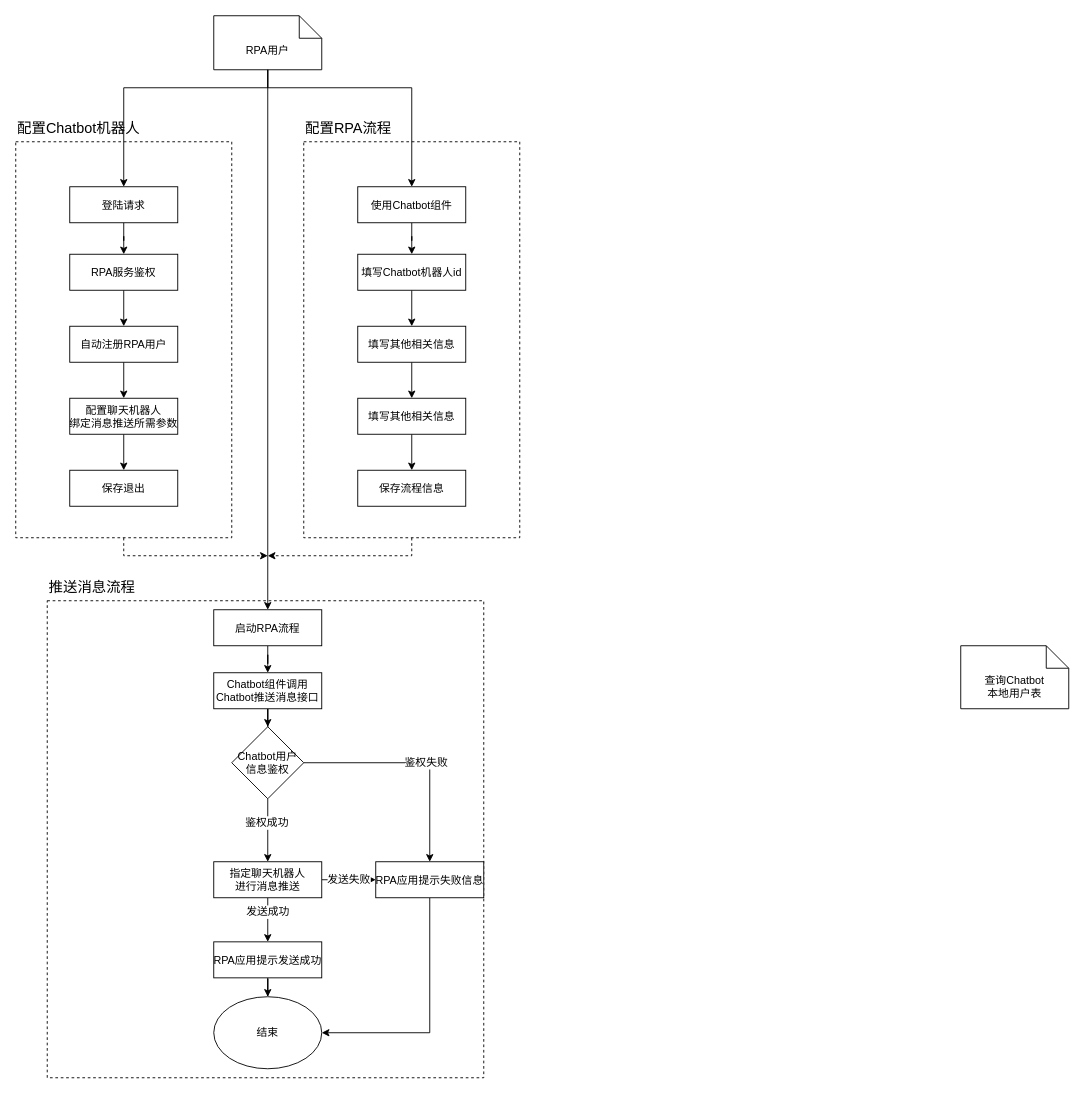
Above: 未命名绘图.drawio in ColonelDarcy2018/excelsior (draw.io), before the change. Source tidied: cells renumbered, new cells numbered last; positions are measured from the earlier drawing's top-left corner, leaving out a move shared by most shapes. Both pictures are drawn from the tidied source at 90%, with x=0, y=0 at pixel (15, 15).
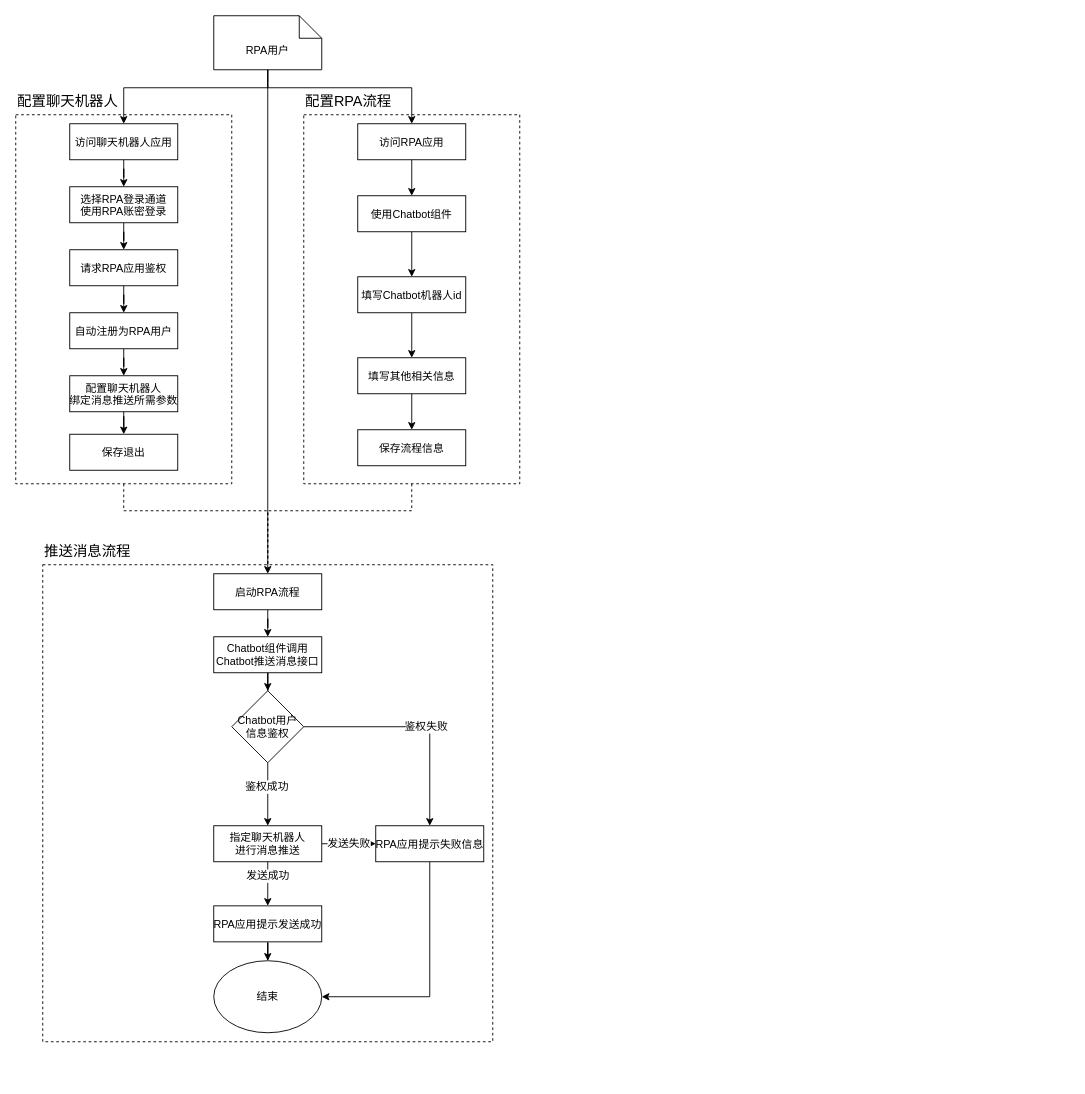
The same diagram, later.

Commit message:
更新未命名绘图.drawio

Unchanged cells that the change refers to:
```xml
<mxCell id="5" value="RPA用户" style="shape=note2;boundedLbl=1;whiteSpace=wrap;html=1;size=25;verticalAlign=top;align=center;" parent="1" vertex="1">
  <mxGeometry x="220" width="120" height="60" as="geometry" />
</mxCell>
```

What changed in the source:
```diff
@@
     <mxCell id="2" style="edgeStyle=orthogonalEdgeStyle;rounded=0;jettySize=auto;html=1;fontFamily=Helvetica;fontSize=12;fontColor=default;dashed=1;" parent="1" edge="1" source="3">
       <mxGeometry relative="1" as="geometry">
-        <mxPoint x="280" y="600" as="targetPoint" />
+        <mxPoint x="280" y="620" as="targetPoint" />
         <Array as="points">
-          <mxPoint x="120" y="600" />
+          <mxPoint x="120" y="550" />
+          <mxPoint x="280" y="550" />
         </Array>
       </mxGeometry>
     </mxCell>
     <mxCell id="3" style="fontStyle=0;dashed=1;" parent="1" vertex="1">
-      <mxGeometry y="140" width="240" height="440" as="geometry" />
+      <mxGeometry y="110" width="240" height="410" as="geometry" />
     </mxCell>
-    <mxCell id="4" style="edgeStyle=orthogonalEdgeStyle;rounded=0;jettySize=auto;html=1;fontSize=12;entryX=0.5;entryY=0;entryDx=0;entryDy=0;" parent="1" edge="1" source="5" target="7">
+    <mxCell id="4" style="edgeStyle=orthogonalEdgeStyle;rounded=0;jettySize=auto;html=1;fontSize=12;entryX=0.5;entryY=0;entryDx=0;entryDy=0;" parent="1" edge="1" source="5" target="53">
       <mxGeometry relative="1" as="geometry">
         <Array as="points">
           <mxPoint x="280" y="80" />
           <mxPoint x="120" y="80" />
         </Array>
       </mxGeometry>
     </mxCell>
@@
-    <mxCell id="7" value="登陆请求" style="fontStyle=0;fontSize=12;" parent="1" vertex="1">
+    <mxCell id="7" value="选择RPA登录通道&#10;使用RPA账密登录" style="fontStyle=0;fontSize=12;" parent="1" vertex="1">
       <mxGeometry x="60" y="190" width="120" height="40" as="geometry" />
     </mxCell>
@@
-    <mxCell id="9" value="RPA服务鉴权" style="fontStyle=0;fontSize=12;" parent="1" vertex="1">
-      <mxGeometry x="60" y="265" width="120" height="40" as="geometry" />
+    <mxCell id="9" value="请求RPA应用鉴权" style="fontStyle=0;fontSize=12;" parent="1" vertex="1">
+      <mxGeometry x="60" y="260" width="120" height="40" as="geometry" />
     </mxCell>
@@
-    <mxCell id="11" value="自动注册RPA用户" style="fontStyle=0;fontSize=12;" parent="1" vertex="1">
-      <mxGeometry x="60" y="345" width="120" height="40" as="geometry" />
+    <mxCell id="11" value="自动注册为RPA用户" style="fontStyle=0;fontSize=12;" parent="1" vertex="1">
+      <mxGeometry x="60" y="330" width="120" height="40" as="geometry" />
     </mxCell>
-    <mxCell id="12" value="配置Chatbot机器人" style="text;html=1;strokeColor=none;fillColor=none;align=left;verticalAlign=middle;whiteSpace=wrap;rounded=0;fontSize=16;" parent="1" vertex="1">
-      <mxGeometry y="110" width="210" height="30" as="geometry" />
+    <mxCell id="12" value="配置聊天机器人" style="text;html=1;strokeColor=none;fillColor=none;align=left;verticalAlign=middle;whiteSpace=wrap;rounded=0;fontSize=16;" parent="1" vertex="1">
+      <mxGeometry y="80" width="210" height="30" as="geometry" />
     </mxCell>
-    <mxCell id="13" style="edgeStyle=orthogonalEdgeStyle;rounded=0;jettySize=auto;html=1;exitX=0.5;exitY=1;exitDx=0;exitDy=0;fontFamily=Helvetica;fontSize=12;fontColor=default;dashed=1;" parent="1" edge="1" source="14">
+    <mxCell id="13" style="edgeStyle=orthogonalEdgeStyle;rounded=0;jettySize=auto;html=1;exitX=0.5;exitY=1;exitDx=0;exitDy=0;fontFamily=Helvetica;fontSize=12;fontColor=default;dashed=1;entryX=0.5;entryY=0;entryDx=0;entryDy=0;" parent="1" edge="1" source="14" target="40">
       <mxGeometry relative="1" as="geometry">
-        <mxPoint x="280" y="600" as="targetPoint" />
         <Array as="points">
-          <mxPoint x="440" y="600" />
-          <mxPoint x="280" y="600" />
+          <mxPoint x="440" y="550" />
+          <mxPoint x="280" y="550" />
         </Array>
       </mxGeometry>
     </mxCell>
     <mxCell id="14" style="fontStyle=0;dashed=1;" parent="1" vertex="1">
-      <mxGeometry x="320" y="140" width="240" height="440" as="geometry" />
+      <mxGeometry x="320" y="110" width="240" height="410" as="geometry" />
     </mxCell>
@@
     <mxCell id="16" value="使用Chatbot组件" style="fontStyle=0;fontSize=12;" parent="1" vertex="1">
-      <mxGeometry x="380" y="190" width="120" height="40" as="geometry" />
+      <mxGeometry x="380" y="200" width="120" height="40" as="geometry" />
     </mxCell>
@@
     <mxCell id="18" value="配置聊天机器人&#10;绑定消息推送所需参数" style="fontStyle=0;fontSize=12;" parent="1" vertex="1">
-      <mxGeometry x="60" y="425" width="120" height="40" as="geometry" />
+      <mxGeometry x="60" y="400" width="120" height="40" as="geometry" />
     </mxCell>
     <mxCell id="19" style="fontStyle=0;dashed=1;" parent="1" vertex="1">
-      <mxGeometry x="35" y="650" width="485" height="530" as="geometry" />
+      <mxGeometry x="30" y="610" width="500" height="530" as="geometry" />
     </mxCell>
@@
     <mxCell id="21" value="Chatbot组件调用&#10;Chatbot推送消息接口" style="fontStyle=0;fontSize=12;" parent="1" vertex="1">
-      <mxGeometry x="220" y="730" width="120" height="40" as="geometry" />
+      <mxGeometry x="220" y="690" width="120" height="40" as="geometry" />
     </mxCell>
     <mxCell id="22" style="edgeStyle=orthogonalEdgeStyle;rounded=0;jettySize=auto;html=1;fontFamily=Helvetica;fontSize=12;fontColor=default;exitX=1;exitY=0.5;exitDx=0;exitDy=0;" parent="1" edge="1" source="49" target="44">
       <mxGeometry relative="1" as="geometry">
         <Array as="points">
-          <mxPoint x="460" y="830" />
+          <mxPoint x="460" y="790" />
         </Array>
       </mxGeometry>
     </mxCell>
@@
     <mxCell id="27" value="指定聊天机器人&#10;进行消息推送" style="fontStyle=0;fontSize=12;" parent="1" vertex="1">
-      <mxGeometry x="220" y="940" width="120" height="40" as="geometry" />
+      <mxGeometry x="220" y="900" width="120" height="40" as="geometry" />
     </mxCell>
     <mxCell id="28" value="推送消息流程" style="text;html=1;strokeColor=none;fillColor=none;align=left;verticalAlign=middle;whiteSpace=wrap;rounded=0;fontSize=16;" parent="1" vertex="1">
-      <mxGeometry x="35" y="620" width="105" height="30" as="geometry" />
+      <mxGeometry x="30" y="580" width="105" height="30" as="geometry" />
     </mxCell>
     <mxCell id="29" value="配置RPA流程" style="text;html=1;strokeColor=none;fillColor=none;align=left;verticalAlign=middle;whiteSpace=wrap;rounded=0;fontSize=16;" parent="1" vertex="1">
-      <mxGeometry x="320" y="110" width="210" height="30" as="geometry" />
+      <mxGeometry x="320" y="80" width="210" height="30" as="geometry" />
     </mxCell>
-    <mxCell id="30" style="edgeStyle=orthogonalEdgeStyle;rounded=0;jettySize=auto;html=1;fontSize=12;" parent="1" edge="1" source="31" target="33">
-      <mxGeometry relative="1" as="geometry" />
-    </mxCell>
+    <mxCell id="51" style="edgeStyle=orthogonalEdgeStyle;rounded=0;jettySize=auto;html=1;fontFamily=Helvetica;fontSize=12;fontColor=default;" parent="1" edge="1" source="31" target="35">
+      <mxGeometry relative="1" as="geometry" />
+    </mxCell>
     <mxCell id="31" value="填写Chatbot机器人id" style="fontStyle=0;fontSize=12;" parent="1" vertex="1">
-      <mxGeometry x="380" y="265" width="120" height="40" as="geometry" />
+      <mxGeometry x="380" y="290" width="120" height="40" as="geometry" />
     </mxCell>
-    <mxCell id="32" style="edgeStyle=orthogonalEdgeStyle;rounded=0;jettySize=auto;html=1;entryX=0.5;entryY=0;entryDx=0;entryDy=0;fontSize=12;" parent="1" edge="1" source="33" target="35">
-      <mxGeometry relative="1" as="geometry" />
-    </mxCell>
-    <mxCell id="33" value="填写其他相关信息" style="fontStyle=0;fontSize=12;" parent="1" vertex="1">
-      <mxGeometry x="380" y="345" width="120" height="40" as="geometry" />
-    </mxCell>
@@
     <mxCell id="35" value="填写其他相关信息" style="fontStyle=0;fontSize=12;" parent="1" vertex="1">
-      <mxGeometry x="380" y="425" width="120" height="40" as="geometry" />
+      <mxGeometry x="380" y="380" width="120" height="40" as="geometry" />
     </mxCell>
     <mxCell id="36" value="保存退出" style="fontStyle=0;fontSize=12;" parent="1" vertex="1">
-      <mxGeometry x="60" y="505" width="120" height="40" as="geometry" />
+      <mxGeometry x="60" y="465" width="120" height="40" as="geometry" />
     </mxCell>
     <mxCell id="37" value="保存流程信息" style="fontStyle=0;fontSize=12;" parent="1" vertex="1">
-      <mxGeometry x="380" y="505" width="120" height="40" as="geometry" />
+      <mxGeometry x="380" y="460" width="120" height="40" as="geometry" />
     </mxCell>
-    <mxCell id="38" style="edgeStyle=orthogonalEdgeStyle;rounded=0;jettySize=auto;html=1;entryX=0.5;entryY=0;entryDx=0;entryDy=0;fontFamily=Helvetica;fontSize=12;fontColor=default;" parent="1" edge="1" source="5" target="16">
+    <mxCell id="38" style="edgeStyle=orthogonalEdgeStyle;rounded=0;jettySize=auto;html=1;entryX=0.5;entryY=0;entryDx=0;entryDy=0;fontFamily=Helvetica;fontSize=12;fontColor=default;" parent="1" edge="1" source="5" target="55">
       <mxGeometry relative="1" as="geometry">
         <Array as="points">
           <mxPoint x="280" y="80" />
           <mxPoint x="440" y="80" />
         </Array>
       </mxGeometry>
     </mxCell>
@@
     <mxCell id="40" value="启动RPA流程" style="fontStyle=0;fontSize=12;" parent="1" vertex="1">
-      <mxGeometry x="220" y="660" width="120" height="40" as="geometry" />
+      <mxGeometry x="220" y="620" width="120" height="40" as="geometry" />
     </mxCell>
@@
-    <mxCell id="42" value="&lt;span style=&quot;&quot;&gt;查询&lt;/span&gt;&lt;span style=&quot;&quot;&gt;Chatbot&lt;br&gt;本地用户表&lt;/span&gt;" style="shape=note2;boundedLbl=1;whiteSpace=wrap;html=1;size=25;verticalAlign=top;align=center;fontFamily=Helvetica;fontSize=12;fontColor=default;" parent="1" vertex="1">
-      <mxGeometry x="1050" y="700" width="120" height="70" as="geometry" />
-    </mxCell>
     <mxCell id="43" style="edgeStyle=orthogonalEdgeStyle;rounded=0;jettySize=auto;html=1;entryX=1;entryY=0.5;entryDx=0;entryDy=0;fontFamily=Helvetica;fontSize=12;fontColor=default;" parent="1" edge="1" source="44" target="50">
       <mxGeometry relative="1" as="geometry">
         <Array as="points">
-          <mxPoint x="460" y="1130" />
+          <mxPoint x="460" y="1090" />
         </Array>
       </mxGeometry>
     </mxCell>
     <mxCell id="44" value="RPA应用提示失败信息" style="fontStyle=0;fontSize=12;" parent="1" vertex="1">
-      <mxGeometry x="400" y="940" width="120" height="40" as="geometry" />
+      <mxGeometry x="400" y="900" width="120" height="40" as="geometry" />
     </mxCell>
@@
     <mxCell id="46" value="RPA应用提示发送成功" style="fontStyle=0;fontSize=12;" parent="1" vertex="1">
-      <mxGeometry x="220" y="1029" width="120" height="40" as="geometry" />
+      <mxGeometry x="220" y="989" width="120" height="40" as="geometry" />
     </mxCell>
@@
     <mxCell id="49" value="&lt;span style=&quot;&quot;&gt;Chatbot&lt;/span&gt;&lt;span style=&quot;&quot;&gt;用户信息鉴权&lt;/span&gt;" style="rhombus;whiteSpace=wrap;html=1;fontFamily=Helvetica;fontSize=12;fontColor=default;" parent="1" vertex="1">
-      <mxGeometry x="240" y="790" width="80" height="80" as="geometry" />
+      <mxGeometry x="240" y="750" width="80" height="80" as="geometry" />
     </mxCell>
     <mxCell id="50" value="结束" style="ellipse;whiteSpace=wrap;html=1;fontFamily=Helvetica;fontSize=12;fontColor=default;" parent="1" vertex="1">
-      <mxGeometry x="220" y="1090" width="120" height="80" as="geometry" />
+      <mxGeometry x="220" y="1050" width="120" height="80" as="geometry" />
     </mxCell>
+    <mxCell id="52" style="edgeStyle=orthogonalEdgeStyle;rounded=0;jettySize=auto;html=1;entryX=0.5;entryY=0;entryDx=0;entryDy=0;fontFamily=Helvetica;fontSize=12;fontColor=default;" parent="1" edge="1" source="53" target="7">
+      <mxGeometry relative="1" as="geometry" />
+    </mxCell>
+    <mxCell id="53" value="访问聊天机器人应用" style="fontStyle=0;fontSize=12;" parent="1" vertex="1">
+      <mxGeometry x="60" y="120" width="120" height="40" as="geometry" />
+    </mxCell>
+    <mxCell id="54" style="edgeStyle=orthogonalEdgeStyle;rounded=0;jettySize=auto;html=1;entryX=0.5;entryY=0;entryDx=0;entryDy=0;fontFamily=Helvetica;fontSize=12;fontColor=default;" parent="1" edge="1" source="55" target="16">
+      <mxGeometry relative="1" as="geometry" />
+    </mxCell>
+    <mxCell id="55" value="访问RPA应用" style="fontStyle=0;fontSize=12;" parent="1" vertex="1">
+      <mxGeometry x="380" y="120" width="120" height="40" as="geometry" />
+    </mxCell>
```
